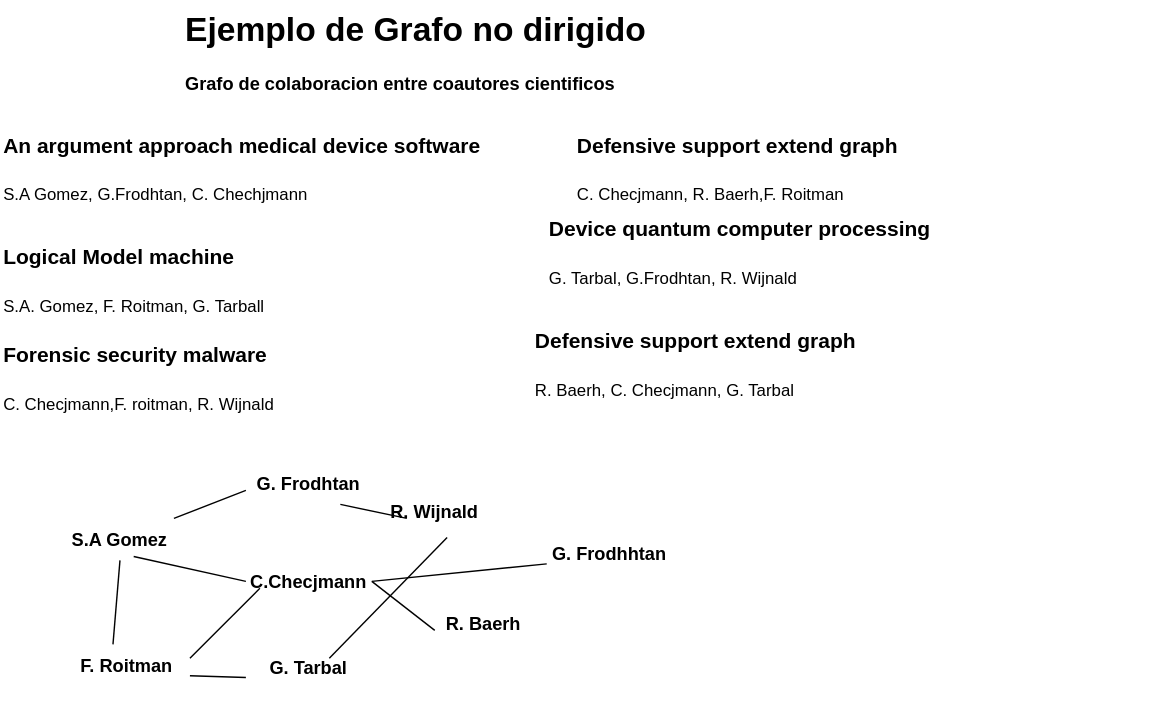
Before: Estructura-de-datos/Grafos/ejemplo-grafo-nodir.drawio.svg, a diagram exported from draw.io (Nordcode-cyber/Algoritmos-Estructdatos). Source tidied: cells renumbered, new cells last; positions are measured from the earlier drawing's top-left corner, leaving out a move shared by most shapes. Source of this version:
```xml
<mxGraphModel>
  <root>
    <mxCell id="0" />
    <mxCell id="1" parent="0" />
    <mxCell id="2" value="&lt;h1 style=&quot;margin-top: 0px;&quot;&gt;Ejemplo de Grafo no dirigido&lt;/h1&gt;&lt;p&gt;&lt;font style=&quot;font-size: 13px;&quot;&gt;&lt;b&gt;Grafo de colaboracion entre coautores cientificos&lt;/b&gt;&lt;/font&gt;&lt;/p&gt;" style="text;html=1;whiteSpace=wrap;overflow=hidden;rounded=0;" parent="1" vertex="1">
      <mxGeometry x="130" width="360" height="120" as="geometry" />
    </mxCell>
    <mxCell id="3" value="&lt;h1 style=&quot;margin-top: 0px;&quot;&gt;&lt;span style=&quot;font-size: 15px;&quot;&gt;An argument approach medical device software&lt;/span&gt;&lt;/h1&gt;&lt;p&gt;S.A Gomez, G.Frodhtan, C. Chechjmann&lt;/p&gt;" style="text;html=1;whiteSpace=wrap;overflow=hidden;rounded=0;" parent="1" vertex="1">
      <mxGeometry y="80" width="360" height="120" as="geometry" />
    </mxCell>
    <mxCell id="4" value="&lt;h1 style=&quot;margin-top: 0px;&quot;&gt;&lt;font style=&quot;font-size: 15px;&quot;&gt;Defensive support extend graph&lt;/font&gt;&lt;/h1&gt;&lt;p&gt;C. Checjmann, R. Baerh,F. Roitman&lt;/p&gt;" style="text;html=1;whiteSpace=wrap;overflow=hidden;rounded=0;" parent="1" vertex="1">
      <mxGeometry x="410" y="80" width="420" height="120" as="geometry" />
    </mxCell>
    <mxCell id="5" value="&lt;h1 style=&quot;margin-top: 0px;&quot;&gt;&lt;span style=&quot;font-size: 15px;&quot;&gt;Logical Model machine&lt;/span&gt;&lt;/h1&gt;&lt;p&gt;S.A. Gomez, F. Roitman, G. Tarball&lt;/p&gt;" style="text;html=1;whiteSpace=wrap;overflow=hidden;rounded=0;" parent="1" vertex="1">
      <mxGeometry y="160" width="420" height="120" as="geometry" />
    </mxCell>
    <mxCell id="6" value="&lt;h1 style=&quot;margin-top: 0px;&quot;&gt;&lt;span style=&quot;font-size: 15px;&quot;&gt;Device quantum computer processing&lt;/span&gt;&lt;/h1&gt;&lt;p&gt;G. Tarbal, G.Frodhtan, R. Wijnald&lt;/p&gt;" style="text;html=1;whiteSpace=wrap;overflow=hidden;rounded=0;" parent="1" vertex="1">
      <mxGeometry x="390" y="140" width="420" height="120" as="geometry" />
    </mxCell>
    <mxCell id="7" value="&lt;h1 style=&quot;margin-top: 0px;&quot;&gt;&lt;span style=&quot;font-size: 15px;&quot;&gt;Forensic security malware&lt;/span&gt;&lt;/h1&gt;&lt;p&gt;C. Checjmann,F. roitman, R. Wijnald&lt;/p&gt;" style="text;html=1;whiteSpace=wrap;overflow=hidden;rounded=0;" parent="1" vertex="1">
      <mxGeometry y="230" width="420" height="120" as="geometry" />
    </mxCell>
    <mxCell id="8" value="&lt;h1 style=&quot;margin-top: 0px;&quot;&gt;&lt;font style=&quot;font-size: 15px;&quot;&gt;Defensive support extend graph&lt;/font&gt;&lt;/h1&gt;&lt;p&gt;R. Baerh, C. Checjmann, G. Tarbal&lt;/p&gt;" style="text;html=1;whiteSpace=wrap;overflow=hidden;rounded=0;" parent="1" vertex="1">
      <mxGeometry x="380" y="220" width="420" height="120" as="geometry" />
    </mxCell>
    <mxCell id="9" value="&lt;b&gt;&lt;font style=&quot;font-size: 13px;&quot;&gt;S.A Gomez&lt;/font&gt;&lt;/b&gt;" style="text;html=1;align=center;verticalAlign=middle;whiteSpace=wrap;rounded=0;" parent="1" vertex="1">
      <mxGeometry x="40" y="370" width="90" height="30" as="geometry" />
    </mxCell>
    <mxCell id="10" value="&lt;b&gt;&lt;font style=&quot;font-size: 13px;&quot;&gt;G. Frodhhtan&lt;/font&gt;&lt;/b&gt;" style="text;html=1;align=center;verticalAlign=middle;whiteSpace=wrap;rounded=0;" parent="1" vertex="1">
      <mxGeometry x="390" y="380" width="90" height="30" as="geometry" />
    </mxCell>
    <mxCell id="11" value="&lt;span style=&quot;font-size: 13px;&quot;&gt;&lt;b&gt;C.Checjmann&lt;/b&gt;&lt;/span&gt;" style="text;html=1;align=center;verticalAlign=middle;whiteSpace=wrap;rounded=0;" parent="1" vertex="1">
      <mxGeometry x="175" y="400" width="90" height="30" as="geometry" />
    </mxCell>
    <mxCell id="12" value="&lt;font style=&quot;font-size: 13px;&quot;&gt;&lt;b&gt;R. Baerh&lt;/b&gt;&lt;/font&gt;" style="text;html=1;align=center;verticalAlign=middle;whiteSpace=wrap;rounded=0;" parent="1" vertex="1">
      <mxGeometry x="300" y="430" width="90" height="30" as="geometry" />
    </mxCell>
    <mxCell id="13" value="&lt;b&gt;&lt;font style=&quot;font-size: 13px;&quot;&gt;F. Roitman&lt;/font&gt;&lt;/b&gt;" style="text;html=1;align=center;verticalAlign=middle;whiteSpace=wrap;rounded=0;" parent="1" vertex="1">
      <mxGeometry x="45" y="460" width="90" height="30" as="geometry" />
    </mxCell>
    <mxCell id="14" value="&lt;b&gt;&lt;font style=&quot;font-size: 13px;&quot;&gt;G. Tarbal&lt;/font&gt;&lt;/b&gt;&lt;div&gt;&lt;b&gt;&lt;font style=&quot;font-size: 13px;&quot;&gt;&lt;br&gt;&lt;/font&gt;&lt;/b&gt;&lt;/div&gt;" style="text;html=1;align=center;verticalAlign=middle;whiteSpace=wrap;rounded=0;" parent="1" vertex="1">
      <mxGeometry x="175" y="470" width="90" height="30" as="geometry" />
    </mxCell>
    <mxCell id="15" value="&lt;b&gt;&lt;font style=&quot;font-size: 13px;&quot;&gt;G. Frodhtan&lt;/font&gt;&lt;/b&gt;" style="text;html=1;align=center;verticalAlign=middle;whiteSpace=wrap;rounded=0;" parent="1" vertex="1">
      <mxGeometry x="175" y="330" width="90" height="30" as="geometry" />
    </mxCell>
    <mxCell id="16" value="&lt;b&gt;&lt;font style=&quot;font-size: 13px;&quot;&gt;R. Wijnald&lt;/font&gt;&lt;/b&gt;" style="text;html=1;align=center;verticalAlign=middle;whiteSpace=wrap;rounded=0;" parent="1" vertex="1">
      <mxGeometry x="265" y="350" width="90" height="30" as="geometry" />
    </mxCell>
    <mxCell id="17" style="endArrow=none;html=1;" parent="1" edge="1" source="9">
      <mxGeometry relative="1" as="geometry">
        <mxPoint x="175" y="350" as="targetPoint" />
      </mxGeometry>
    </mxCell>
    <mxCell id="18" style="endArrow=none;html=1;entryX=0.609;entryY=0.907;entryDx=0;entryDy=0;entryPerimeter=0;exitX=0;exitY=0.5;exitDx=0;exitDy=0;" parent="1" edge="1" source="11" target="9">
      <mxGeometry relative="1" as="geometry" />
    </mxCell>
    <mxCell id="19" style="endArrow=none;html=1;exitX=1;exitY=0.5;exitDx=0;exitDy=0;entryX=0.111;entryY=0.667;entryDx=0;entryDy=0;entryPerimeter=0;" parent="1" edge="1" source="11" target="12">
      <mxGeometry relative="1" as="geometry" />
    </mxCell>
    <mxCell id="20" style="endArrow=none;html=1;" parent="1" edge="1">
      <mxGeometry relative="1" as="geometry">
        <mxPoint x="135" y="470" as="sourcePoint" />
        <mxPoint x="185" y="420" as="targetPoint" />
      </mxGeometry>
    </mxCell>
    <mxCell id="21" style="endArrow=none;html=1;entryX=0.5;entryY=1;entryDx=0;entryDy=0;" parent="1" edge="1" target="9">
      <mxGeometry relative="1" as="geometry">
        <mxPoint x="80" y="460" as="sourcePoint" />
      </mxGeometry>
    </mxCell>
    <mxCell id="22" style="endArrow=none;html=1;exitX=1;exitY=0.75;exitDx=0;exitDy=0;" parent="1" edge="1" source="13" target="14">
      <mxGeometry relative="1" as="geometry" />
    </mxCell>
    <mxCell id="23" style="endArrow=none;html=1;entryX=0.75;entryY=1;entryDx=0;entryDy=0;exitX=0.278;exitY=0.667;exitDx=0;exitDy=0;exitPerimeter=0;" parent="1" edge="1" source="16" target="15">
      <mxGeometry relative="1" as="geometry" />
    </mxCell>
    <mxCell id="24" style="endArrow=none;html=1;entryX=0.598;entryY=1.12;entryDx=0;entryDy=0;entryPerimeter=0;" parent="1" edge="1" source="14" target="16">
      <mxGeometry relative="1" as="geometry" />
    </mxCell>
    <mxCell id="25" style="endArrow=none;html=1;entryX=0;entryY=0.75;entryDx=0;entryDy=0;exitX=1;exitY=0.5;exitDx=0;exitDy=0;" parent="1" edge="1" source="11" target="10">
      <mxGeometry relative="1" as="geometry" />
    </mxCell>
  </root>
</mxGraphModel>
```
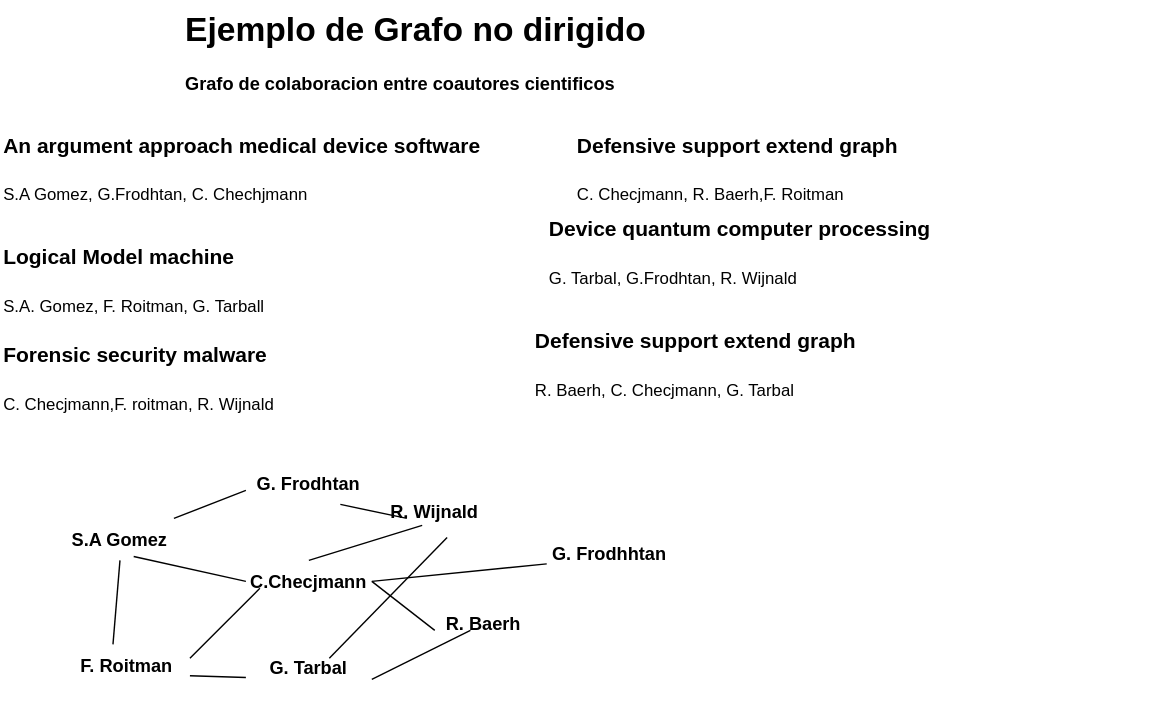
After the commit.

Commit message:
TAD Graph

What changed in the source:
```diff
@@ -81,5 +81,15 @@
     <mxCell id="25" style="endArrow=none;html=1;entryX=0;entryY=0.75;entryDx=0;entryDy=0;exitX=1;exitY=0.5;exitDx=0;exitDy=0;" parent="1" edge="1" source="11" target="10">
       <mxGeometry relative="1" as="geometry" />
     </mxCell>
+    <mxCell id="26" style="endArrow=none;html=1;exitX=0.5;exitY=0;exitDx=0;exitDy=0;" parent="1" edge="1" source="11">
+      <mxGeometry relative="1" as="geometry">
+        <mxPoint x="301" y="375" as="targetPoint" />
+      </mxGeometry>
+    </mxCell>
+    <mxCell id="27" style="endArrow=none;html=1;exitX=1;exitY=0.5;exitDx=0;exitDy=0;" parent="1" edge="1" source="14">
+      <mxGeometry relative="1" as="geometry">
+        <mxPoint x="335.5" y="450" as="targetPoint" />
+      </mxGeometry>
+    </mxCell>
   </root>
 </mxGraphModel>
```
